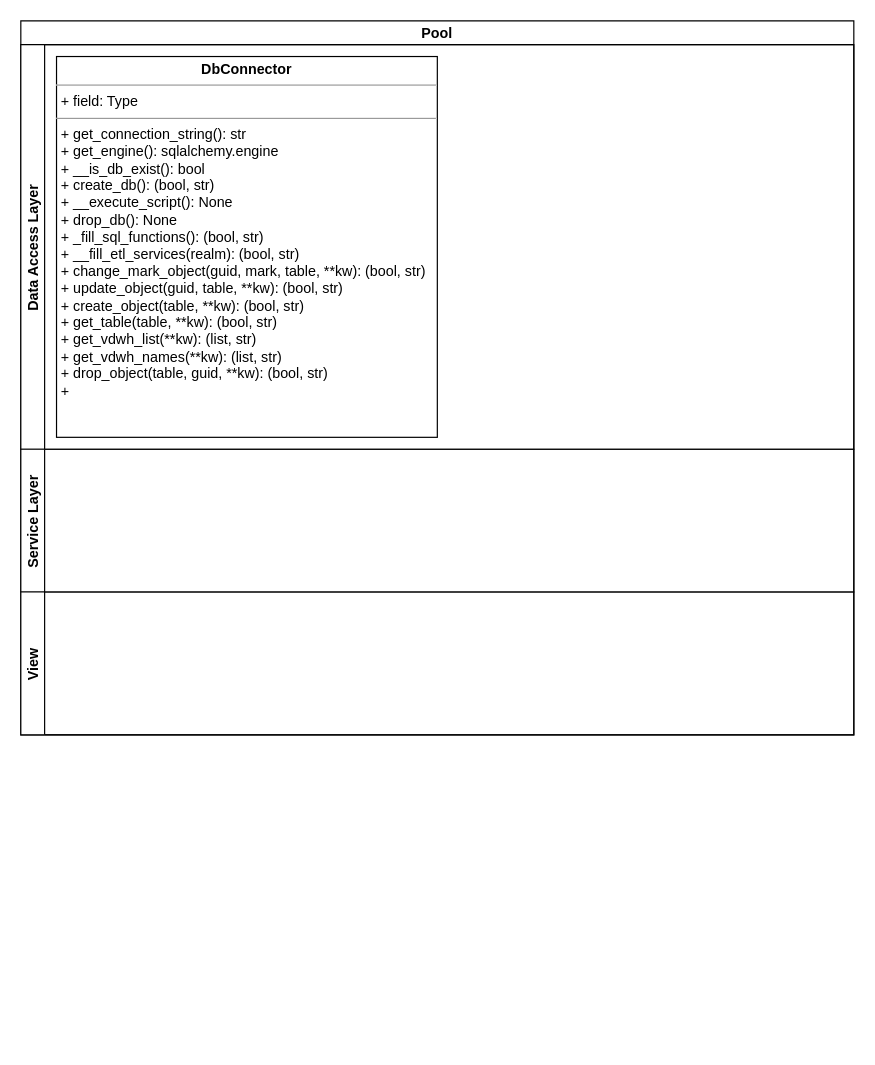
NVI03A9/fastapi.composer.arc keeps this draw.io diagram as Untitled Diagram.drawio. Above is the earlier version. Source tidied: cells renumbered, new cells numbered last; positions are measured from the earlier drawing's top-left corner, leaving out a move shared by most shapes. Both pictures are drawn from the tidied source at 119%, with x=0, y=0 at pixel (20, 20).
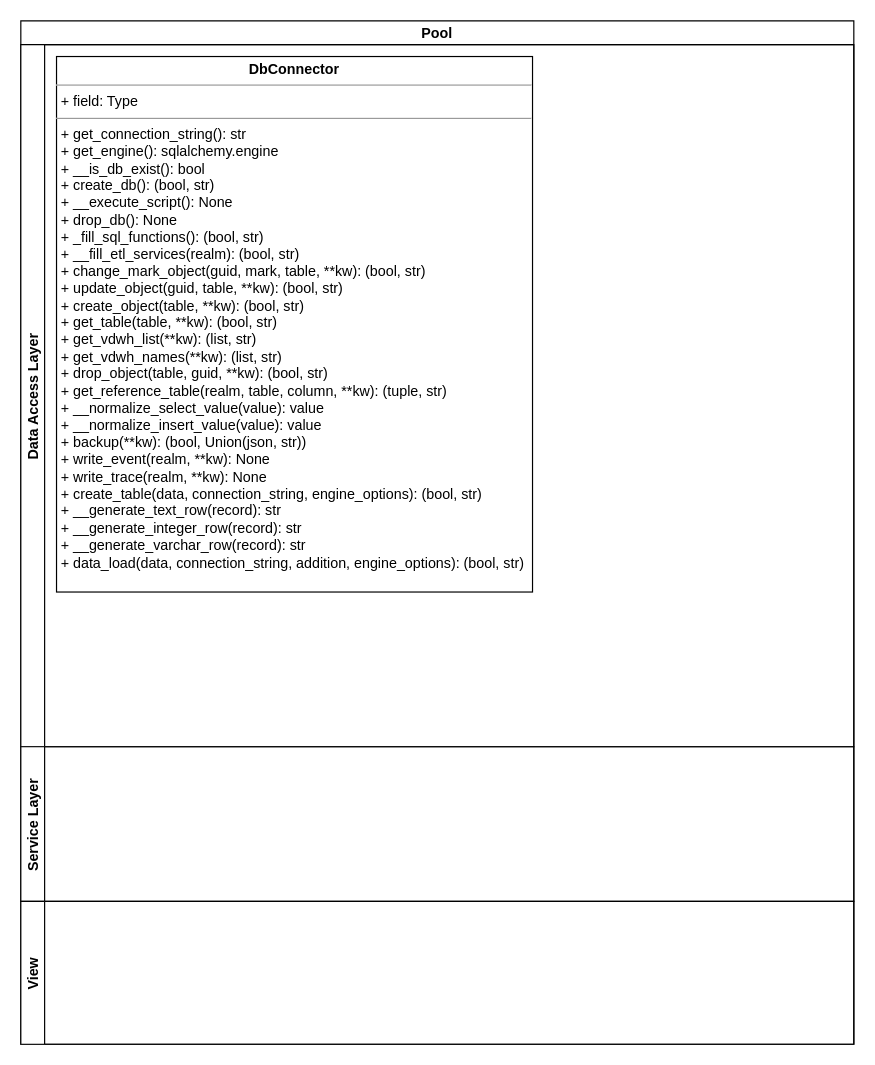
Above is the later version.

Change to the diagram source:
```diff
@@
 <mxGraphModel>
   <root>
     <mxCell id="0" />
     <mxCell id="1" parent="0" />
     <mxCell id="2" value="Pool" style="swimlane;horizontal=1;startSize=20;" parent="1" vertex="1">
-      <mxGeometry width="700" height="600" as="geometry" />
+      <mxGeometry width="700" height="860" as="geometry" />
     </mxCell>
     <mxCell id="3" value="Data Access Layer" style="swimlane;startSize=20;horizontal=0;" parent="2" vertex="1">
-      <mxGeometry y="20" width="700" height="340" as="geometry" />
+      <mxGeometry y="20" width="700" height="590" as="geometry" />
     </mxCell>
-    <mxCell id="4" value="&lt;p style=&quot;margin: 0px ; margin-top: 4px ; text-align: center&quot;&gt;&lt;b&gt;DbConnector&lt;/b&gt;&lt;/p&gt;&lt;hr size=&quot;1&quot;&gt;&lt;p style=&quot;margin: 0px ; margin-left: 4px&quot;&gt;+ field: Type&lt;/p&gt;&lt;hr size=&quot;1&quot;&gt;&lt;p style=&quot;margin: 0px ; margin-left: 4px&quot;&gt;+ get_connection_string(): str&lt;/p&gt;&lt;p style=&quot;margin: 0px ; margin-left: 4px&quot;&gt;+ get_engine(): sqlalchemy.engine&lt;/p&gt;&lt;p style=&quot;margin: 0px ; margin-left: 4px&quot;&gt;+ __is_db_exist(): bool&lt;/p&gt;&lt;p style=&quot;margin: 0px ; margin-left: 4px&quot;&gt;+ create_db(): (bool, str)&lt;/p&gt;&lt;p style=&quot;margin: 0px ; margin-left: 4px&quot;&gt;+ __execute_script(): None&lt;/p&gt;&lt;p style=&quot;margin: 0px ; margin-left: 4px&quot;&gt;+ drop_db(): None&lt;/p&gt;&lt;p style=&quot;margin: 0px ; margin-left: 4px&quot;&gt;+ _fill_sql_functions(): (bool, str)&lt;/p&gt;&lt;p style=&quot;margin: 0px ; margin-left: 4px&quot;&gt;+ __fill_etl_services(realm): (bool, str)&lt;/p&gt;&lt;p style=&quot;margin: 0px ; margin-left: 4px&quot;&gt;+ change_mark_object(guid, mark, table, **kw): (bool, str)&lt;/p&gt;&lt;p style=&quot;margin: 0px ; margin-left: 4px&quot;&gt;+ update_object(guid, table, **kw): (bool, str)&lt;/p&gt;&lt;p style=&quot;margin: 0px ; margin-left: 4px&quot;&gt;+ create_object(table, **kw): (bool, str)&lt;/p&gt;&lt;p style=&quot;margin: 0px ; margin-left: 4px&quot;&gt;+ get_table(table, **kw): (bool, str)&lt;/p&gt;&lt;p style=&quot;margin: 0px ; margin-left: 4px&quot;&gt;+ get_vdwh_list(**kw): (list, str)&lt;/p&gt;&lt;p style=&quot;margin: 0px ; margin-left: 4px&quot;&gt;+ get_vdwh_names(**kw): (list, str)&lt;/p&gt;&lt;p style=&quot;margin: 0px ; margin-left: 4px&quot;&gt;+ drop_object(table, guid, **kw): (bool, str)&lt;/p&gt;&lt;p style=&quot;margin: 0px ; margin-left: 4px&quot;&gt;+&amp;nbsp;&lt;/p&gt;" style="verticalAlign=top;align=left;overflow=fill;fontSize=12;fontFamily=Helvetica;html=1;" parent="3" vertex="1">
-      <mxGeometry x="30" y="10" width="320" height="320" as="geometry" />
+    <mxCell id="4" value="&lt;p style=&quot;margin: 0px ; margin-top: 4px ; text-align: center&quot;&gt;&lt;b&gt;DbConnector&lt;/b&gt;&lt;/p&gt;&lt;hr size=&quot;1&quot;&gt;&lt;p style=&quot;margin: 0px ; margin-left: 4px&quot;&gt;+ field: Type&lt;/p&gt;&lt;hr size=&quot;1&quot;&gt;&lt;p style=&quot;margin: 0px ; margin-left: 4px&quot;&gt;+ get_connection_string(): str&lt;/p&gt;&lt;p style=&quot;margin: 0px ; margin-left: 4px&quot;&gt;+ get_engine(): sqlalchemy.engine&lt;/p&gt;&lt;p style=&quot;margin: 0px ; margin-left: 4px&quot;&gt;+ __is_db_exist(): bool&lt;/p&gt;&lt;p style=&quot;margin: 0px ; margin-left: 4px&quot;&gt;+ create_db(): (bool, str)&lt;/p&gt;&lt;p style=&quot;margin: 0px ; margin-left: 4px&quot;&gt;+ __execute_script(): None&lt;/p&gt;&lt;p style=&quot;margin: 0px ; margin-left: 4px&quot;&gt;+ drop_db(): None&lt;/p&gt;&lt;p style=&quot;margin: 0px ; margin-left: 4px&quot;&gt;+ _fill_sql_functions(): (bool, str)&lt;/p&gt;&lt;p style=&quot;margin: 0px ; margin-left: 4px&quot;&gt;+ __fill_etl_services(realm): (bool, str)&lt;/p&gt;&lt;p style=&quot;margin: 0px ; margin-left: 4px&quot;&gt;+ change_mark_object(guid, mark, table, **kw): (bool, str)&lt;/p&gt;&lt;p style=&quot;margin: 0px ; margin-left: 4px&quot;&gt;+ update_object(guid, table, **kw): (bool, str)&lt;/p&gt;&lt;p style=&quot;margin: 0px ; margin-left: 4px&quot;&gt;+ create_object(table, **kw): (bool, str)&lt;/p&gt;&lt;p style=&quot;margin: 0px ; margin-left: 4px&quot;&gt;+ get_table(table, **kw): (bool, str)&lt;/p&gt;&lt;p style=&quot;margin: 0px ; margin-left: 4px&quot;&gt;+ get_vdwh_list(**kw): (list, str)&lt;/p&gt;&lt;p style=&quot;margin: 0px ; margin-left: 4px&quot;&gt;+ get_vdwh_names(**kw): (list, str)&lt;/p&gt;&lt;p style=&quot;margin: 0px ; margin-left: 4px&quot;&gt;+ drop_object(table, guid, **kw): (bool, str)&lt;/p&gt;&lt;p style=&quot;margin: 0px ; margin-left: 4px&quot;&gt;+ get_reference_table(realm, table, column, **kw): (tuple, str)&lt;/p&gt;&lt;p style=&quot;margin: 0px ; margin-left: 4px&quot;&gt;+ __normalize_select_value(value): value&lt;/p&gt;&lt;p style=&quot;margin: 0px ; margin-left: 4px&quot;&gt;+ __normalize_insert_value(value): value&lt;/p&gt;&lt;p style=&quot;margin: 0px ; margin-left: 4px&quot;&gt;+ backup(**kw): (bool, Union(json, str))&lt;/p&gt;&lt;p style=&quot;margin: 0px ; margin-left: 4px&quot;&gt;+ write_event(realm, **kw): None&lt;/p&gt;&lt;p style=&quot;margin: 0px ; margin-left: 4px&quot;&gt;+ write_trace(realm, **kw): None&lt;/p&gt;&lt;p style=&quot;margin: 0px ; margin-left: 4px&quot;&gt;+ create_table(data, connection_string, engine_options): (bool, str)&lt;/p&gt;&lt;p style=&quot;margin: 0px ; margin-left: 4px&quot;&gt;+ __generate_text_row(record): str&lt;/p&gt;&lt;p style=&quot;margin: 0px ; margin-left: 4px&quot;&gt;+ __generate_integer_row(record): str&lt;/p&gt;&lt;p style=&quot;margin: 0px ; margin-left: 4px&quot;&gt;+ __generate_varchar_row(record): str&lt;/p&gt;&lt;p style=&quot;margin: 0px ; margin-left: 4px&quot;&gt;+ data_load(data, connection_string, addition, engine_options): (bool, str)&lt;/p&gt;" style="verticalAlign=top;align=left;overflow=fill;fontSize=12;fontFamily=Helvetica;html=1;" parent="3" vertex="1">
+      <mxGeometry x="30" y="10" width="400" height="450" as="geometry" />
     </mxCell>
     <mxCell id="5" value="Service Layer" style="swimlane;startSize=20;horizontal=0;" parent="2" vertex="1">
-      <mxGeometry y="360" width="700" height="120" as="geometry" />
+      <mxGeometry y="610" width="700" height="130" as="geometry" />
     </mxCell>
     <mxCell id="6" value="View" style="swimlane;startSize=20;horizontal=0;" parent="2" vertex="1">
-      <mxGeometry y="480" width="700" height="120" as="geometry" />
+      <mxGeometry y="740" width="700" height="120" as="geometry" />
     </mxCell>
   </root>
 </mxGraphModel>
```
